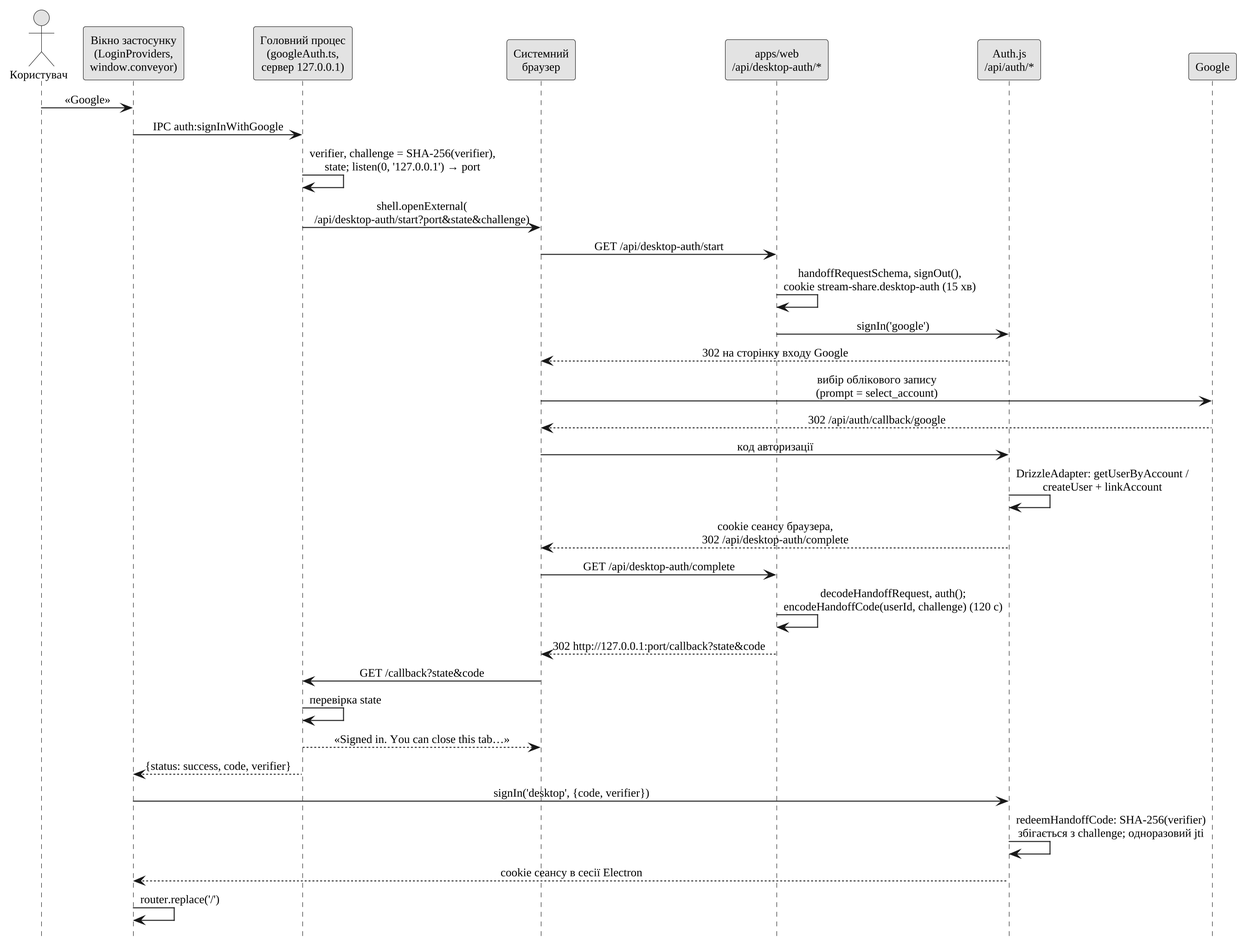
Earlier version of the PlantUML export thesis/diagrams/fig-seq-desktop-auth.png (Nikitos1926/stream-share).
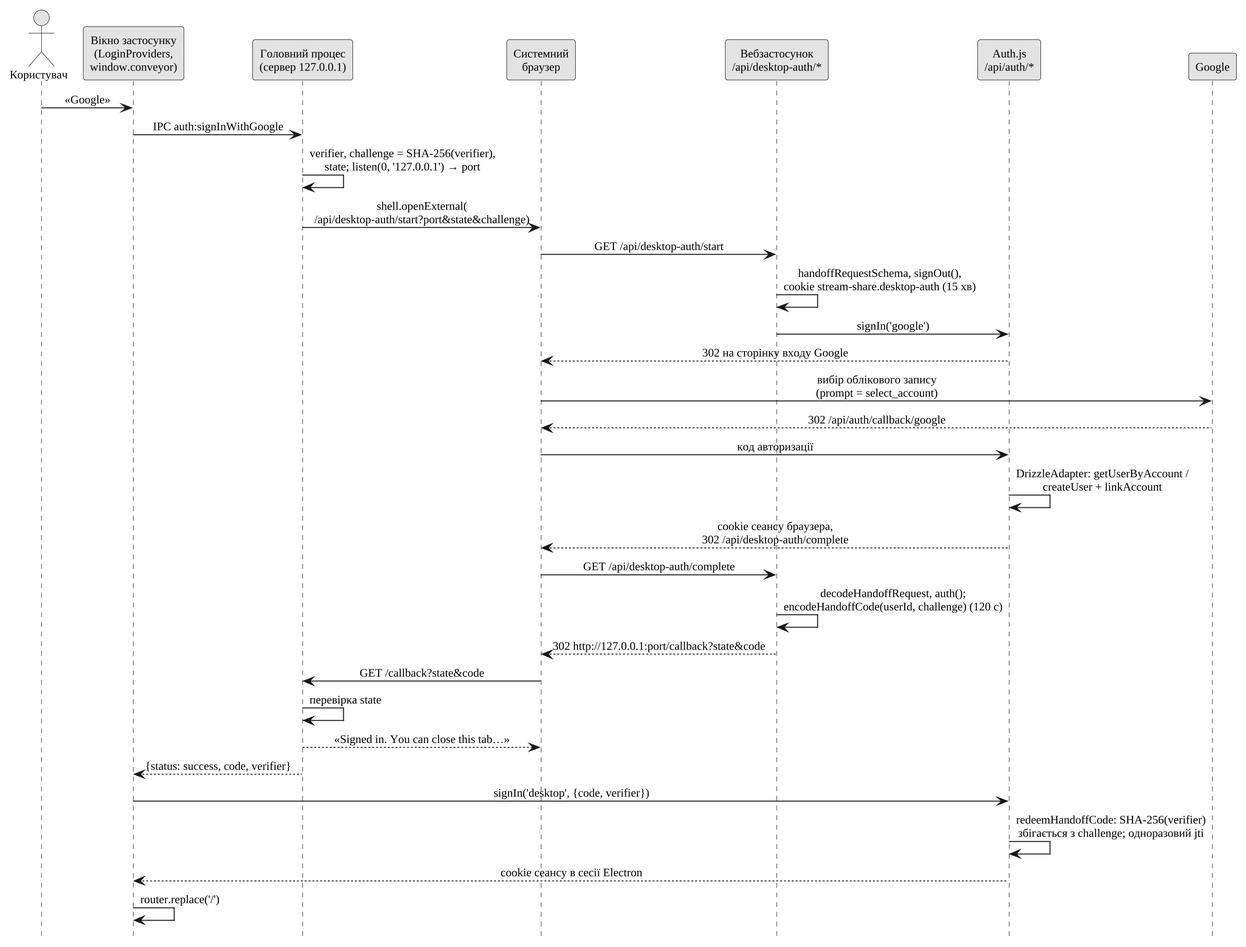
The same file after the commit.

Change to the diagram source:
```diff
@@ -10,9 +10,9 @@
 
 actor "Користувач" as U
 participant "Вікно застосунку\n(LoginProviders,\nwindow.conveyor)" as R
-participant "Головний процес\n(googleAuth.ts,\nсервер 127.0.0.1)" as M
+participant "Головний процес\n(сервер 127.0.0.1)" as M
 participant "Системний\nбраузер" as B
-participant "apps/web\n/api/desktop-auth/*" as W
+participant "Вебзастосунок\n/api/desktop-auth/*" as W
 participant "Auth.js\n/api/auth/*" as A
 participant "Google" as G
 
```
